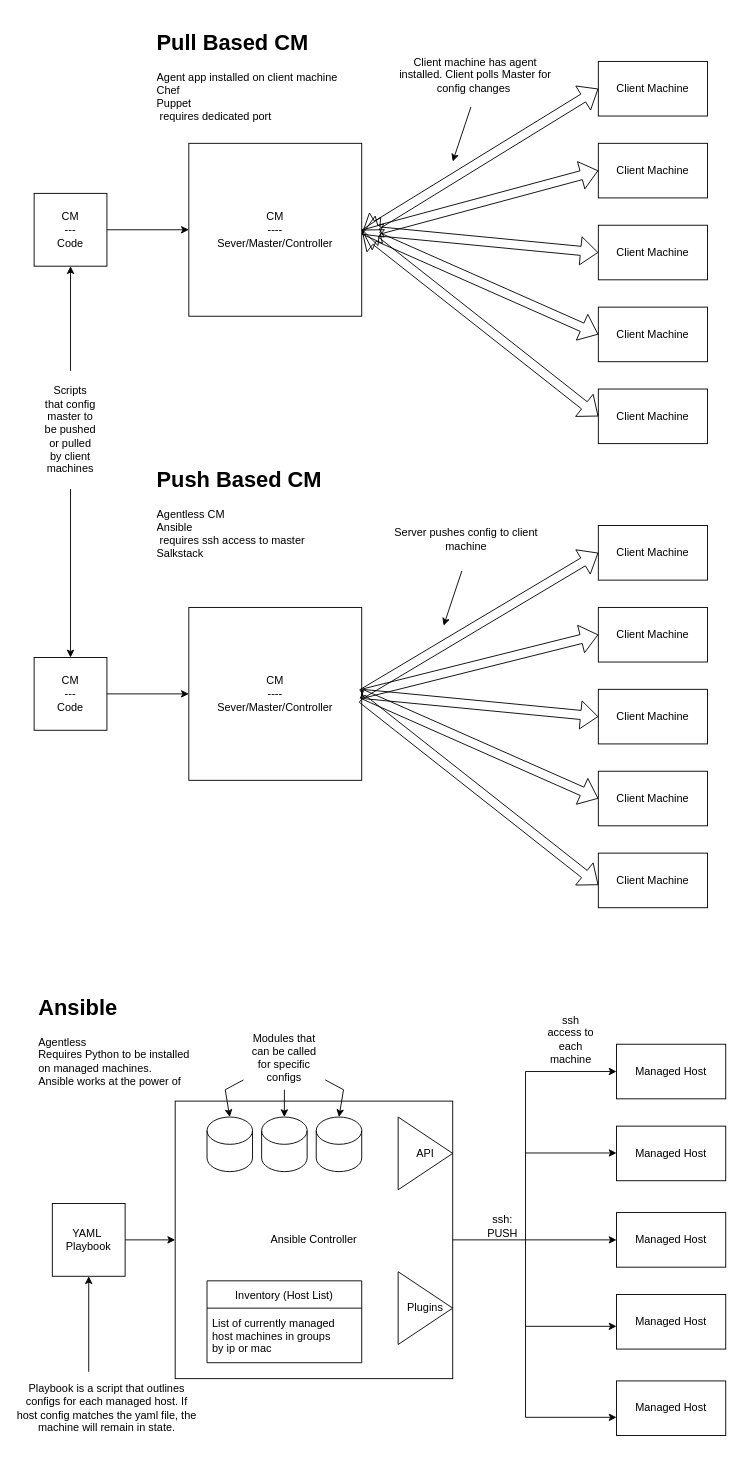
Earlier version of the draw.io diagram Untitled Diagram.drawio (DevOpsAl/DOProject). Source tidied: cells renumbered, new cells numbered last; positions are measured from the earlier drawing's top-left corner, leaving out a move shared by most shapes. Both pictures are drawn from the tidied source at 91%, with x=0, y=0 at pixel (15, 25).
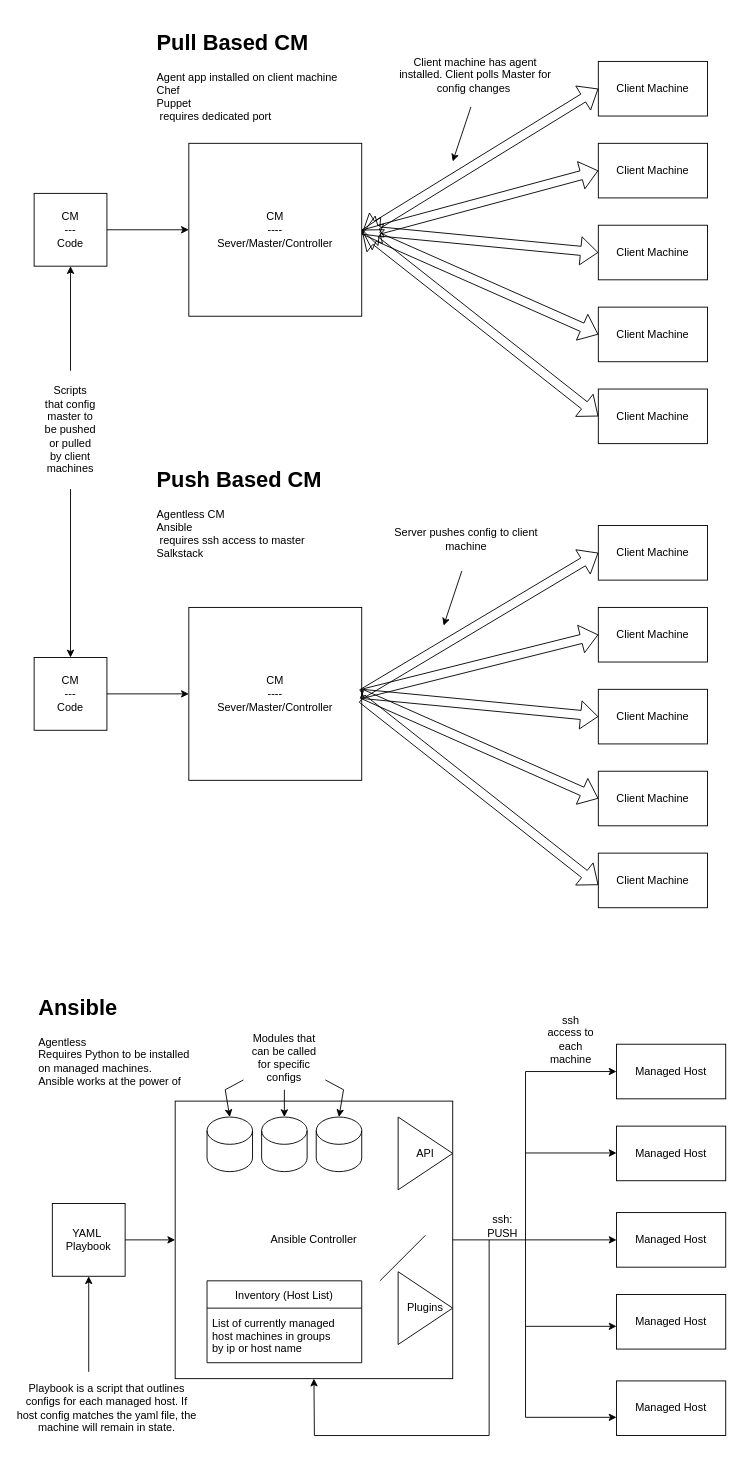
After the change.

Unchanged cells that the change refers to:
```xml
<mxCell id="40" value="Ansible Controller" style="whiteSpace=wrap;html=1;" parent="1" vertex="1">
  <mxGeometry x="175" y="1182.5" width="305" height="305" as="geometry" />
</mxCell>
<mxCell id="54" value="ssh: PUSH" style="text;html=1;strokeColor=none;fillColor=none;align=center;verticalAlign=middle;whiteSpace=wrap;rounded=0;" parent="1" vertex="1">
  <mxGeometry x="505" y="1305" width="60" height="30" as="geometry" />
</mxCell>
<mxCell id="67" value="Inventory (Host List)" style="swimlane;fontStyle=0;horizontal=1;startSize=30;" parent="1" vertex="1">
  <mxGeometry x="210" y="1380" width="170" height="90" as="geometry" />
</mxCell>
```

The edit, as a diff of the source:
```diff
@@
-    <mxCell id="68" value="List of currently managed &#10;host machines in groups &#10;by ip or mac" style="text;strokeColor=none;fillColor=none;align=left;verticalAlign=middle;spacingLeft=4;spacingRight=4;overflow=hidden;" parent="67" vertex="1">
+    <mxCell id="68" value="List of currently managed &#10;host machines in groups &#10;by ip or host name" style="text;strokeColor=none;fillColor=none;align=left;verticalAlign=middle;spacingLeft=4;spacingRight=4;overflow=hidden;" parent="67" vertex="1">
       <mxGeometry y="30" width="170" height="60" as="geometry" />
     </mxCell>
@@
+    <mxCell id="71" style="endArrow=none;html=1;rounded=0;" parent="1" edge="1">
+      <mxGeometry relative="1" as="geometry">
+        <mxPoint x="400" y="1380" as="sourcePoint" />
+        <mxPoint x="450" y="1330" as="targetPoint" />
+      </mxGeometry>
+    </mxCell>
+    <mxCell id="72" style="endArrow=classic;html=1;rounded=0;entryX=0.5;entryY=1;entryDx=0;entryDy=0;exitX=0.25;exitY=1;exitDx=0;exitDy=0;" parent="1" edge="1" source="54" target="40">
+      <mxGeometry relative="1" as="geometry">
+        <Array as="points">
+          <mxPoint x="520" y="1550" />
+          <mxPoint x="328" y="1550" />
+        </Array>
+      </mxGeometry>
+    </mxCell>
```
